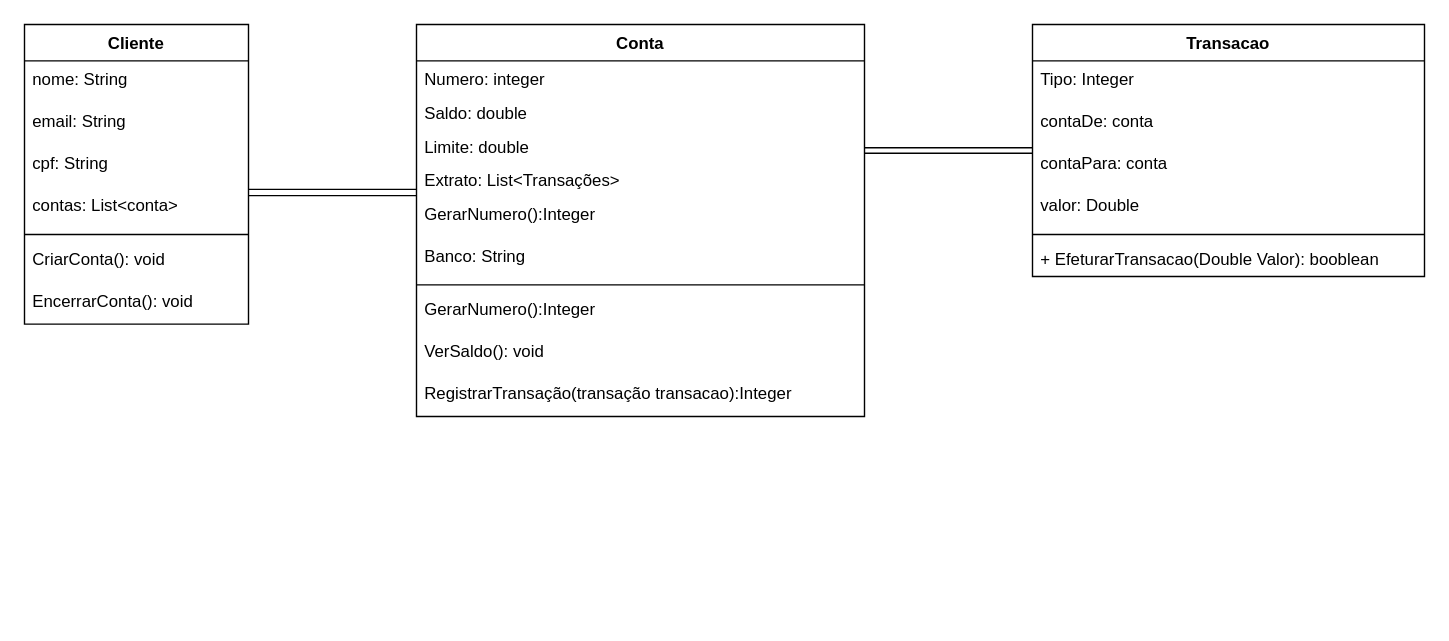
Earlier version of the draw.io diagram FinTech.drawio (nandorainert/FinTech). Source tidied: cells renumbered, new cells numbered last; positions are measured from the earlier drawing's top-left corner, leaving out a move shared by most shapes. Both pictures are drawn from the tidied source at 140%, with x=0, y=0 at pixel (24, 24).
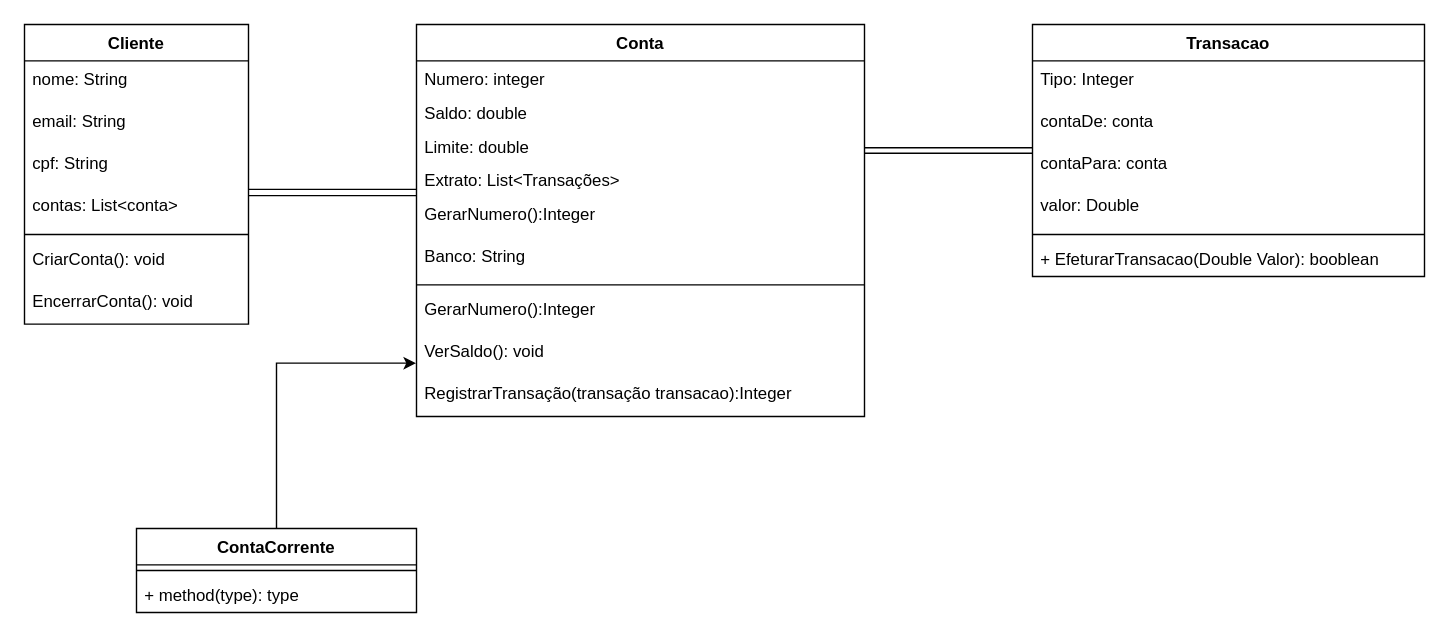
The same diagram, later.

Unchanged cells that the change refers to:
```xml
<mxCell id="11" value="VerSaldo(): void" style="text;align=left;verticalAlign=top;spacingLeft=4;spacingRight=4;overflow=hidden;points=[[0,0.5],[1,0.5]];portConstraint=eastwest;" parent="2" vertex="1">
  <mxGeometry y="220" width="320" height="30" as="geometry" />
</mxCell>
```

Change to the diagram source:
```diff
@@
+    <mxCell id="31" value="ContaCorrente" style="swimlane;fontStyle=1;align=center;verticalAlign=top;horizontal=1;startSize=26;whiteSpace=wrap;html=1;" parent="1" vertex="1">
+      <mxGeometry x="80" y="360" width="200" height="60" as="geometry" />
+    </mxCell>
+    <mxCell id="32" style="line;strokeWidth=1;fillColor=none;align=left;verticalAlign=middle;spacingTop=-1;spacingLeft=3;spacingRight=3;labelPosition=right;strokeColor=inherit;" parent="31" vertex="1">
+      <mxGeometry y="26" width="200" height="8" as="geometry" />
+    </mxCell>
+    <mxCell id="33" value="+ method(type): type" style="text;strokeColor=none;fillColor=none;align=left;verticalAlign=top;spacingLeft=4;spacingRight=4;overflow=hidden;whiteSpace=wrap;html=1;" parent="31" vertex="1">
+      <mxGeometry y="34" width="200" height="26" as="geometry" />
+    </mxCell>
+    <mxCell id="34" style="edgeStyle=orthogonalEdgeStyle;rounded=0;jettySize=auto;html=1;entryX=-0.001;entryY=0.73;entryDx=0;entryDy=0;entryPerimeter=0;" parent="1" edge="1" source="31" target="11">
+      <mxGeometry relative="1" as="geometry" />
+    </mxCell>
```
